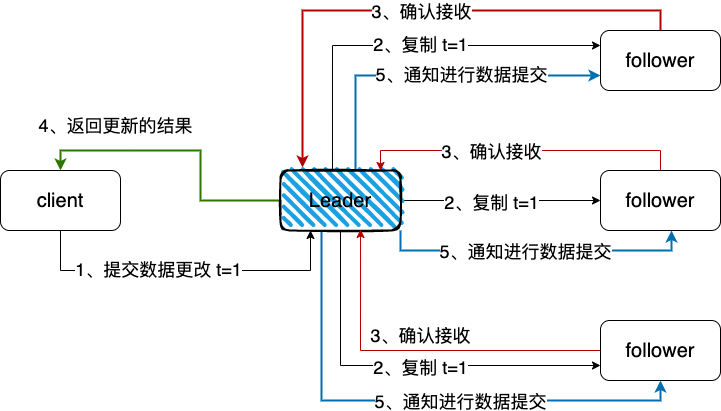
boilingfrog/etcd-learning keeps this draw.io diagram as img/raft-leader.png. Above is the earlier version. Source tidied: cells renumbered, new cells last; positions are measured from the earlier drawing's top-left corner, leaving out a move shared by most shapes. Its diagram source:
```xml
<mxGraphModel>
  <root>
    <mxCell id="0" />
    <mxCell id="1" parent="0" />
    <mxCell id="2" style="edgeStyle=orthogonalEdgeStyle;rounded=0;jettySize=auto;html=1;entryX=0.25;entryY=1;entryDx=0;entryDy=0;fontSize=18;exitX=0.5;exitY=1;exitDx=0;exitDy=0;" parent="1" edge="1" source="4" target="19">
      <mxGeometry relative="1" as="geometry">
        <Array as="points">
          <mxPoint x="60" y="240" />
          <mxPoint x="310" y="240" />
        </Array>
      </mxGeometry>
    </mxCell>
    <mxCell id="3" value="1、提交数据更改 t=1" style="edgeLabel;html=1;align=center;verticalAlign=middle;fontSize=18;" parent="2" vertex="1">
      <mxGeometry x="-0.17" y="2" relative="1" as="geometry" />
    </mxCell>
    <mxCell id="4" value="&lt;span style=&quot;font-size: 20px&quot;&gt;client&lt;/span&gt;" style="rounded=1;whiteSpace=wrap;html=1;" parent="1" vertex="1">
      <mxGeometry y="140" width="120" height="60" as="geometry" />
    </mxCell>
    <mxCell id="5" style="edgeStyle=orthogonalEdgeStyle;rounded=0;jettySize=auto;html=1;entryX=0;entryY=0.25;entryDx=0;entryDy=0;fontSize=18;exitX=0.433;exitY=0.017;exitDx=0;exitDy=0;exitPerimeter=0;" parent="1" edge="1" source="19" target="22">
      <mxGeometry relative="1" as="geometry" />
    </mxCell>
    <mxCell id="6" value="2、复制 t=1" style="edgeLabel;html=1;align=center;verticalAlign=middle;fontSize=18;" parent="5" vertex="1">
      <mxGeometry x="0.11" y="2" relative="1" as="geometry">
        <mxPoint x="-4" as="offset" />
      </mxGeometry>
    </mxCell>
    <mxCell id="7" style="edgeStyle=orthogonalEdgeStyle;rounded=0;jettySize=auto;html=1;entryX=0;entryY=0.75;entryDx=0;entryDy=0;fontSize=18;exitX=0.5;exitY=1;exitDx=0;exitDy=0;" parent="1" edge="1" source="19" target="27">
      <mxGeometry relative="1" as="geometry" />
    </mxCell>
    <mxCell id="8" value="2、复制 t=1" style="edgeLabel;html=1;align=center;verticalAlign=middle;fontSize=18;" parent="7" vertex="1">
      <mxGeometry x="0.08" y="-1" relative="1" as="geometry" />
    </mxCell>
    <mxCell id="9" style="edgeStyle=orthogonalEdgeStyle;rounded=0;jettySize=auto;html=1;entryX=0;entryY=0.5;entryDx=0;entryDy=0;fontSize=18;" parent="1" edge="1" source="19" target="25">
      <mxGeometry relative="1" as="geometry" />
    </mxCell>
    <mxCell id="10" value="&lt;span style=&quot;color: rgba(0 , 0 , 0 , 0) ; font-family: monospace ; font-size: 0px&quot;&gt;%3CmxGraphModel%3E%3Croot%3E%3CmxCell%20id%3D%220%22%2F%3E%3CmxCell%20id%3D%221%22%20parent%3D%220%22%2F%3E%3CmxCell%20id%3D%222%22%20value%3D%22%E5%A4%8D%E5%88%B6%20t%3D3%22%20style%3D%22edgeLabel%3Bhtml%3D1%3Balign%3Dcenter%3BverticalAlign%3Dmiddle%3Bresizable%3D0%3Bpoints%3D%5B%5D%3BfontSize%3D18%3B%22%20vertex%3D%221%22%20connectable%3D%220%22%20parent%3D%221%22%3E%3CmxGeometry%20x%3D%22493.9799936518016%22%20y%3D%22413%22%20as%3D%22geometry%22%2F%3E%3C%2FmxCell%3E%3C%2Froot%3E%3C%2FmxGraphModel%3E&lt;/span&gt;&lt;span style=&quot;color: rgba(0 , 0 , 0 , 0) ; font-family: monospace ; font-size: 0px&quot;&gt;%3CmxGraphModel%3E%3Croot%3E%3CmxCell%20id%3D%220%22%2F%3E%3CmxCell%20id%3D%221%22%20parent%3D%220%22%2F%3E%3CmxCell%20id%3D%222%22%20value%3D%22%E5%A4%8D%E5%88%B6%20t%3D3%22%20style%3D%22edgeLabel%3Bhtml%3D1%3Balign%3Dcenter%3BverticalAlign%3Dmiddle%3Bresizable%3D0%3Bpoints%3D%5B%5D%3BfontSize%3D18%3B%22%20vertex%3D%221%22%20connectable%3D%220%22%20parent%3D%221%22%3E%3CmxGeometry%20x%3D%22493.9799936518016%22%20y%3D%22413%22%20as%3D%22geometry%22%2F%3E%3C%2FmxCell%3E%3C%2Froot%3E%3C%2FmxGraphModel%3E&lt;/span&gt;" style="edgeLabel;html=1;align=center;verticalAlign=middle;fontSize=18;" parent="9" vertex="1">
      <mxGeometry x="-0.64" y="4" relative="1" as="geometry" />
    </mxCell>
    <mxCell id="11" value="2、复制 t=1" style="edgeLabel;html=1;align=center;verticalAlign=middle;fontSize=18;" parent="9" vertex="1">
      <mxGeometry x="-0.65" y="-1" relative="1" as="geometry">
        <mxPoint x="55" as="offset" />
      </mxGeometry>
    </mxCell>
    <mxCell id="12" style="edgeStyle=orthogonalEdgeStyle;rounded=0;jettySize=auto;html=1;entryX=0.5;entryY=0;entryDx=0;entryDy=0;fontSize=18;fillColor=#60a917;strokeColor=#2D7600;strokeWidth=2;" parent="1" edge="1" source="19" target="4">
      <mxGeometry relative="1" as="geometry" />
    </mxCell>
    <mxCell id="13" style="edgeStyle=orthogonalEdgeStyle;rounded=0;jettySize=auto;html=1;entryX=0;entryY=0.75;entryDx=0;entryDy=0;fontSize=18;exitX=0.625;exitY=-0.017;exitDx=0;exitDy=0;exitPerimeter=0;fillColor=#1ba1e2;strokeColor=#006EAF;strokeWidth=2;" parent="1" edge="1" source="19" target="22">
      <mxGeometry relative="1" as="geometry" />
    </mxCell>
    <mxCell id="14" value="5、通知进行数据提交" style="edgeLabel;html=1;align=center;verticalAlign=middle;fontSize=18;" parent="13" vertex="1">
      <mxGeometry y="2" relative="1" as="geometry">
        <mxPoint x="29" as="offset" />
      </mxGeometry>
    </mxCell>
    <mxCell id="15" style="edgeStyle=orthogonalEdgeStyle;rounded=0;jettySize=auto;html=1;exitX=1;exitY=1;exitDx=0;exitDy=0;entryX=0.592;entryY=1;entryDx=0;entryDy=0;entryPerimeter=0;fontSize=18;strokeWidth=2;fillColor=#1ba1e2;strokeColor=#006EAF;" parent="1" edge="1" source="19" target="25">
      <mxGeometry relative="1" as="geometry">
        <Array as="points">
          <mxPoint x="400" y="220" />
          <mxPoint x="671" y="220" />
        </Array>
      </mxGeometry>
    </mxCell>
    <mxCell id="16" value="5、通知进行数据提交" style="edgeLabel;html=1;align=center;verticalAlign=middle;fontSize=18;" parent="15" vertex="1">
      <mxGeometry x="-0.35" relative="1" as="geometry">
        <mxPoint x="43" as="offset" />
      </mxGeometry>
    </mxCell>
    <mxCell id="17" style="edgeStyle=orthogonalEdgeStyle;rounded=0;jettySize=auto;html=1;exitX=0.342;exitY=1;exitDx=0;exitDy=0;entryX=0.5;entryY=1;entryDx=0;entryDy=0;fontSize=18;strokeWidth=2;exitPerimeter=0;fillColor=#1ba1e2;strokeColor=#006EAF;" parent="1" edge="1" source="19" target="27">
      <mxGeometry relative="1" as="geometry" />
    </mxCell>
    <mxCell id="18" value="5、通知进行数据提交" style="edgeLabel;html=1;align=center;verticalAlign=middle;fontSize=18;" parent="17" vertex="1">
      <mxGeometry x="-0.02" y="4" relative="1" as="geometry">
        <mxPoint x="49" y="4" as="offset" />
      </mxGeometry>
    </mxCell>
    <mxCell id="19" value="&lt;font style=&quot;font-size: 20px&quot;&gt;Leader&lt;/font&gt;" style="rounded=1;whiteSpace=wrap;html=1;strokeWidth=2;fillWeight=4;hachureGap=8;hachureAngle=45;fillColor=#1ba1e2;sketch=1;" parent="1" vertex="1">
      <mxGeometry x="280" y="140" width="120" height="60" as="geometry" />
    </mxCell>
    <mxCell id="20" style="edgeStyle=orthogonalEdgeStyle;rounded=0;jettySize=auto;html=1;fontSize=18;exitX=0.5;exitY=0;exitDx=0;exitDy=0;fillColor=#e51400;strokeColor=#B20000;strokeWidth=2;entryX=0.183;entryY=-0.05;entryDx=0;entryDy=0;entryPerimeter=0;" parent="1" edge="1" source="22" target="19">
      <mxGeometry relative="1" as="geometry" />
    </mxCell>
    <mxCell id="21" value="3、确认接收" style="edgeLabel;html=1;align=center;verticalAlign=middle;fontSize=18;" parent="20" vertex="1">
      <mxGeometry x="-0.02" y="3" relative="1" as="geometry">
        <mxPoint x="2" y="-3" as="offset" />
      </mxGeometry>
    </mxCell>
    <mxCell id="22" value="&lt;span style=&quot;font-size: 20px&quot;&gt;follower&lt;/span&gt;" style="rounded=1;whiteSpace=wrap;html=1;" parent="1" vertex="1">
      <mxGeometry x="600" width="120" height="60" as="geometry" />
    </mxCell>
    <mxCell id="23" style="edgeStyle=orthogonalEdgeStyle;rounded=0;jettySize=auto;html=1;fontSize=18;exitX=0.5;exitY=0;exitDx=0;exitDy=0;fillColor=#e51400;strokeColor=#B20000;" parent="1" edge="1" source="25">
      <mxGeometry relative="1" as="geometry">
        <mxPoint x="380" y="140" as="targetPoint" />
        <Array as="points">
          <mxPoint x="660" y="120" />
          <mxPoint x="380" y="120" />
        </Array>
      </mxGeometry>
    </mxCell>
    <mxCell id="24" value="3、确认接收" style="edgeLabel;html=1;align=center;verticalAlign=middle;fontSize=18;" parent="23" vertex="1">
      <mxGeometry x="0.36" y="2" relative="1" as="geometry">
        <mxPoint x="27" y="-2" as="offset" />
      </mxGeometry>
    </mxCell>
    <mxCell id="25" value="&lt;span style=&quot;font-size: 20px&quot;&gt;follower&lt;/span&gt;" style="rounded=1;whiteSpace=wrap;html=1;" parent="1" vertex="1">
      <mxGeometry x="600" y="140" width="120" height="60" as="geometry" />
    </mxCell>
    <mxCell id="26" style="edgeStyle=orthogonalEdgeStyle;rounded=0;jettySize=auto;html=1;entryX=0.667;entryY=0.983;entryDx=0;entryDy=0;entryPerimeter=0;fontSize=18;fillColor=#e51400;strokeColor=#B20000;" parent="1" edge="1" source="27" target="19">
      <mxGeometry relative="1" as="geometry" />
    </mxCell>
    <mxCell id="27" value="&lt;span style=&quot;font-size: 20px&quot;&gt;follower&lt;/span&gt;" style="rounded=1;whiteSpace=wrap;html=1;" parent="1" vertex="1">
      <mxGeometry x="600" y="290" width="120" height="60" as="geometry" />
    </mxCell>
    <mxCell id="28" value="3、确认接收" style="text;html=1;align=center;verticalAlign=middle;strokeColor=none;fontSize=18;" parent="1" vertex="1">
      <mxGeometry x="360" y="290" width="120" height="30" as="geometry" />
    </mxCell>
    <mxCell id="29" value="4、返回更新的结果" style="text;html=1;align=center;verticalAlign=middle;strokeColor=none;fontSize=18;" parent="1" vertex="1">
      <mxGeometry x="30" y="80" width="170" height="30" as="geometry" />
    </mxCell>
  </root>
</mxGraphModel>
```
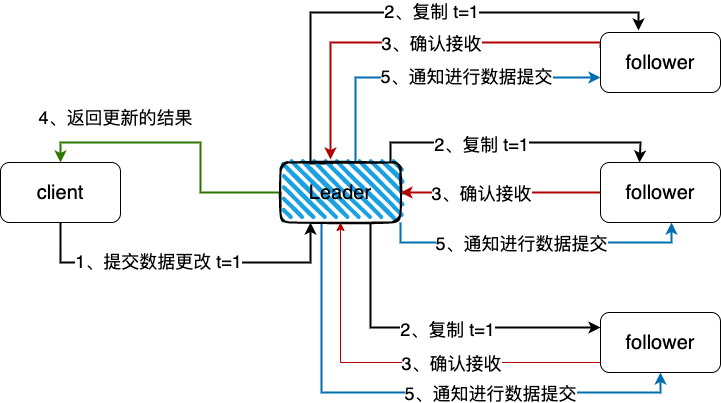
Later version of the same file.

Change to the diagram source:
```diff
@@ -2,7 +2,7 @@
   <root>
     <mxCell id="0" />
     <mxCell id="1" parent="0" />
-    <mxCell id="2" style="edgeStyle=orthogonalEdgeStyle;rounded=0;jettySize=auto;html=1;entryX=0.25;entryY=1;entryDx=0;entryDy=0;fontSize=18;exitX=0.5;exitY=1;exitDx=0;exitDy=0;" parent="1" edge="1" source="4" target="19">
+    <mxCell id="2" style="edgeStyle=orthogonalEdgeStyle;rounded=0;jettySize=auto;html=1;entryX=0.25;entryY=1;entryDx=0;entryDy=0;fontSize=18;exitX=0.5;exitY=1;exitDx=0;exitDy=0;strokeWidth=2;" parent="1" edge="1" source="4" target="19">
       <mxGeometry relative="1" as="geometry">
         <Array as="points">
           <mxPoint x="60" y="240" />
@@ -16,29 +16,40 @@
     <mxCell id="4" value="&lt;span style=&quot;font-size: 20px&quot;&gt;client&lt;/span&gt;" style="rounded=1;whiteSpace=wrap;html=1;" parent="1" vertex="1">
       <mxGeometry y="140" width="120" height="60" as="geometry" />
     </mxCell>
-    <mxCell id="5" style="edgeStyle=orthogonalEdgeStyle;rounded=0;jettySize=auto;html=1;entryX=0;entryY=0.25;entryDx=0;entryDy=0;fontSize=18;exitX=0.433;exitY=0.017;exitDx=0;exitDy=0;exitPerimeter=0;" parent="1" edge="1" source="19" target="22">
-      <mxGeometry relative="1" as="geometry" />
+    <mxCell id="5" style="edgeStyle=orthogonalEdgeStyle;rounded=0;jettySize=auto;html=1;entryX=0.317;entryY=-0.033;entryDx=0;entryDy=0;fontSize=18;exitX=0.433;exitY=0.017;exitDx=0;exitDy=0;exitPerimeter=0;strokeWidth=2;entryPerimeter=0;" parent="1" edge="1" source="19" target="22">
+      <mxGeometry relative="1" as="geometry">
+        <Array as="points">
+          <mxPoint x="310" y="141" />
+          <mxPoint x="310" y="-10" />
+          <mxPoint x="638" y="-10" />
+        </Array>
+      </mxGeometry>
     </mxCell>
     <mxCell id="6" value="2、复制 t=1" style="edgeLabel;html=1;align=center;verticalAlign=middle;fontSize=18;" parent="5" vertex="1">
       <mxGeometry x="0.11" y="2" relative="1" as="geometry">
-        <mxPoint x="-4" as="offset" />
+        <mxPoint x="6" as="offset" />
       </mxGeometry>
     </mxCell>
-    <mxCell id="7" style="edgeStyle=orthogonalEdgeStyle;rounded=0;jettySize=auto;html=1;entryX=0;entryY=0.75;entryDx=0;entryDy=0;fontSize=18;exitX=0.5;exitY=1;exitDx=0;exitDy=0;" parent="1" edge="1" source="19" target="27">
+    <mxCell id="7" style="edgeStyle=orthogonalEdgeStyle;rounded=0;jettySize=auto;html=1;entryX=0;entryY=0.25;entryDx=0;entryDy=0;fontSize=18;exitX=0.75;exitY=1;exitDx=0;exitDy=0;strokeWidth=2;" parent="1" edge="1" source="19" target="27">
       <mxGeometry relative="1" as="geometry" />
     </mxCell>
     <mxCell id="8" value="2、复制 t=1" style="edgeLabel;html=1;align=center;verticalAlign=middle;fontSize=18;" parent="7" vertex="1">
       <mxGeometry x="0.08" y="-1" relative="1" as="geometry" />
     </mxCell>
-    <mxCell id="9" style="edgeStyle=orthogonalEdgeStyle;rounded=0;jettySize=auto;html=1;entryX=0;entryY=0.5;entryDx=0;entryDy=0;fontSize=18;" parent="1" edge="1" source="19" target="25">
-      <mxGeometry relative="1" as="geometry" />
+    <mxCell id="9" style="edgeStyle=orthogonalEdgeStyle;rounded=0;jettySize=auto;html=1;entryX=0.325;entryY=0;entryDx=0;entryDy=0;fontSize=18;strokeWidth=2;entryPerimeter=0;" parent="1" edge="1" source="19" target="25">
+      <mxGeometry relative="1" as="geometry">
+        <Array as="points">
+          <mxPoint x="390" y="120" />
+          <mxPoint x="640" y="120" />
+        </Array>
+      </mxGeometry>
     </mxCell>
     <mxCell id="10" value="&lt;span style=&quot;color: rgba(0 , 0 , 0 , 0) ; font-family: monospace ; font-size: 0px&quot;&gt;%3CmxGraphModel%3E%3Croot%3E%3CmxCell%20id%3D%220%22%2F%3E%3CmxCell%20id%3D%221%22%20parent%3D%220%22%2F%3E%3CmxCell%20id%3D%222%22%20value%3D%22%E5%A4%8D%E5%88%B6%20t%3D3%22%20style%3D%22edgeLabel%3Bhtml%3D1%3Balign%3Dcenter%3BverticalAlign%3Dmiddle%3Bresizable%3D0%3Bpoints%3D%5B%5D%3BfontSize%3D18%3B%22%20vertex%3D%221%22%20connectable%3D%220%22%20parent%3D%221%22%3E%3CmxGeometry%20x%3D%22493.9799936518016%22%20y%3D%22413%22%20as%3D%22geometry%22%2F%3E%3C%2FmxCell%3E%3C%2Froot%3E%3C%2FmxGraphModel%3E&lt;/span&gt;&lt;span style=&quot;color: rgba(0 , 0 , 0 , 0) ; font-family: monospace ; font-size: 0px&quot;&gt;%3CmxGraphModel%3E%3Croot%3E%3CmxCell%20id%3D%220%22%2F%3E%3CmxCell%20id%3D%221%22%20parent%3D%220%22%2F%3E%3CmxCell%20id%3D%222%22%20value%3D%22%E5%A4%8D%E5%88%B6%20t%3D3%22%20style%3D%22edgeLabel%3Bhtml%3D1%3Balign%3Dcenter%3BverticalAlign%3Dmiddle%3Bresizable%3D0%3Bpoints%3D%5B%5D%3BfontSize%3D18%3B%22%20vertex%3D%221%22%20connectable%3D%220%22%20parent%3D%221%22%3E%3CmxGeometry%20x%3D%22493.9799936518016%22%20y%3D%22413%22%20as%3D%22geometry%22%2F%3E%3C%2FmxCell%3E%3C%2Froot%3E%3C%2FmxGraphModel%3E&lt;/span&gt;" style="edgeLabel;html=1;align=center;verticalAlign=middle;fontSize=18;" parent="9" vertex="1">
       <mxGeometry x="-0.64" y="4" relative="1" as="geometry" />
     </mxCell>
     <mxCell id="11" value="2、复制 t=1" style="edgeLabel;html=1;align=center;verticalAlign=middle;fontSize=18;" parent="9" vertex="1">
       <mxGeometry x="-0.65" y="-1" relative="1" as="geometry">
-        <mxPoint x="55" as="offset" />
+        <mxPoint x="59" as="offset" />
       </mxGeometry>
     </mxCell>
     <mxCell id="12" style="edgeStyle=orthogonalEdgeStyle;rounded=0;jettySize=auto;html=1;entryX=0.5;entryY=0;entryDx=0;entryDy=0;fontSize=18;fillColor=#60a917;strokeColor=#2D7600;strokeWidth=2;" parent="1" edge="1" source="19" target="4">
@@ -62,7 +73,7 @@
     </mxCell>
     <mxCell id="16" value="5、通知进行数据提交" style="edgeLabel;html=1;align=center;verticalAlign=middle;fontSize=18;" parent="15" vertex="1">
       <mxGeometry x="-0.35" relative="1" as="geometry">
-        <mxPoint x="43" as="offset" />
+        <mxPoint x="39" as="offset" />
       </mxGeometry>
     </mxCell>
     <mxCell id="17" style="edgeStyle=orthogonalEdgeStyle;rounded=0;jettySize=auto;html=1;exitX=0.342;exitY=1;exitDx=0;exitDy=0;entryX=0.5;entryY=1;entryDx=0;entryDy=0;fontSize=18;strokeWidth=2;exitPerimeter=0;fillColor=#1ba1e2;strokeColor=#006EAF;" parent="1" edge="1" source="19" target="27">
@@ -70,49 +81,56 @@
     </mxCell>
     <mxCell id="18" value="5、通知进行数据提交" style="edgeLabel;html=1;align=center;verticalAlign=middle;fontSize=18;" parent="17" vertex="1">
       <mxGeometry x="-0.02" y="4" relative="1" as="geometry">
-        <mxPoint x="49" y="4" as="offset" />
+        <mxPoint x="79" y="4" as="offset" />
       </mxGeometry>
     </mxCell>
     <mxCell id="19" value="&lt;font style=&quot;font-size: 20px&quot;&gt;Leader&lt;/font&gt;" style="rounded=1;whiteSpace=wrap;html=1;strokeWidth=2;fillWeight=4;hachureGap=8;hachureAngle=45;fillColor=#1ba1e2;sketch=1;" parent="1" vertex="1">
       <mxGeometry x="280" y="140" width="120" height="60" as="geometry" />
     </mxCell>
-    <mxCell id="20" style="edgeStyle=orthogonalEdgeStyle;rounded=0;jettySize=auto;html=1;fontSize=18;exitX=0.5;exitY=0;exitDx=0;exitDy=0;fillColor=#e51400;strokeColor=#B20000;strokeWidth=2;entryX=0.183;entryY=-0.05;entryDx=0;entryDy=0;entryPerimeter=0;" parent="1" edge="1" source="22" target="19">
-      <mxGeometry relative="1" as="geometry" />
+    <mxCell id="20" style="edgeStyle=orthogonalEdgeStyle;rounded=0;jettySize=auto;html=1;fontSize=18;exitX=0;exitY=0.25;exitDx=0;exitDy=0;fillColor=#e51400;strokeColor=#B20000;strokeWidth=2;" parent="1" edge="1" source="22">
+      <mxGeometry relative="1" as="geometry">
+        <mxPoint x="330" y="137" as="targetPoint" />
+        <Array as="points">
+          <mxPoint x="600" y="20" />
+          <mxPoint x="330" y="20" />
+        </Array>
+      </mxGeometry>
     </mxCell>
     <mxCell id="21" value="3、确认接收" style="edgeLabel;html=1;align=center;verticalAlign=middle;fontSize=18;" parent="20" vertex="1">
       <mxGeometry x="-0.02" y="3" relative="1" as="geometry">
-        <mxPoint x="2" y="-3" as="offset" />
+        <mxPoint x="17" y="-3" as="offset" />
       </mxGeometry>
     </mxCell>
     <mxCell id="22" value="&lt;span style=&quot;font-size: 20px&quot;&gt;follower&lt;/span&gt;" style="rounded=1;whiteSpace=wrap;html=1;" parent="1" vertex="1">
-      <mxGeometry x="600" width="120" height="60" as="geometry" />
+      <mxGeometry x="600" y="10" width="120" height="60" as="geometry" />
     </mxCell>
-    <mxCell id="23" style="edgeStyle=orthogonalEdgeStyle;rounded=0;jettySize=auto;html=1;fontSize=18;exitX=0.5;exitY=0;exitDx=0;exitDy=0;fillColor=#e51400;strokeColor=#B20000;" parent="1" edge="1" source="25">
-      <mxGeometry relative="1" as="geometry">
-        <mxPoint x="380" y="140" as="targetPoint" />
-        <Array as="points">
-          <mxPoint x="660" y="120" />
-          <mxPoint x="380" y="120" />
-        </Array>
-      </mxGeometry>
-    </mxCell>
-    <mxCell id="24" value="3、确认接收" style="edgeLabel;html=1;align=center;verticalAlign=middle;fontSize=18;" parent="23" vertex="1">
-      <mxGeometry x="0.36" y="2" relative="1" as="geometry">
-        <mxPoint x="27" y="-2" as="offset" />
-      </mxGeometry>
-    </mxCell>
+    <mxCell id="30" style="edgeStyle=orthogonalEdgeStyle;rounded=0;jettySize=auto;html=1;entryX=1;entryY=0.5;entryDx=0;entryDy=0;fontSize=18;strokeWidth=2;fillColor=#e51400;strokeColor=#B20000;" parent="1" edge="1" source="25" target="19">
+      <mxGeometry relative="1" as="geometry" />
+    </mxCell>
+    <mxCell id="31" value="3、确认接收" style="edgeLabel;html=1;align=center;verticalAlign=middle;fontSize=18;" parent="30" vertex="1">
+      <mxGeometry x="0.33" y="-2" relative="1" as="geometry">
+        <mxPoint x="13" y="2" as="offset" />
+      </mxGeometry>
+    </mxCell>
     <mxCell id="25" value="&lt;span style=&quot;font-size: 20px&quot;&gt;follower&lt;/span&gt;" style="rounded=1;whiteSpace=wrap;html=1;" parent="1" vertex="1">
       <mxGeometry x="600" y="140" width="120" height="60" as="geometry" />
     </mxCell>
-    <mxCell id="26" style="edgeStyle=orthogonalEdgeStyle;rounded=0;jettySize=auto;html=1;entryX=0.667;entryY=0.983;entryDx=0;entryDy=0;entryPerimeter=0;fontSize=18;fillColor=#e51400;strokeColor=#B20000;" parent="1" edge="1" source="27" target="19">
-      <mxGeometry relative="1" as="geometry" />
+    <mxCell id="26" style="edgeStyle=orthogonalEdgeStyle;rounded=0;jettySize=auto;html=1;entryX=0.5;entryY=1;entryDx=0;entryDy=0;fontSize=18;fillColor=#e51400;strokeColor=#B20000;exitX=0;exitY=0.5;exitDx=0;exitDy=0;" parent="1" edge="1" source="27" target="19">
+      <mxGeometry relative="1" as="geometry">
+        <Array as="points">
+          <mxPoint x="600" y="340" />
+          <mxPoint x="340" y="340" />
+        </Array>
+      </mxGeometry>
     </mxCell>
+    <mxCell id="32" value="3、确认接收" style="edgeLabel;html=1;align=center;verticalAlign=middle;fontSize=18;" parent="26" vertex="1">
+      <mxGeometry x="-0.01" relative="1" as="geometry">
+        <mxPoint x="38" as="offset" />
+      </mxGeometry>
+    </mxCell>
     <mxCell id="27" value="&lt;span style=&quot;font-size: 20px&quot;&gt;follower&lt;/span&gt;" style="rounded=1;whiteSpace=wrap;html=1;" parent="1" vertex="1">
       <mxGeometry x="600" y="290" width="120" height="60" as="geometry" />
     </mxCell>
-    <mxCell id="28" value="3、确认接收" style="text;html=1;align=center;verticalAlign=middle;strokeColor=none;fontSize=18;" parent="1" vertex="1">
-      <mxGeometry x="360" y="290" width="120" height="30" as="geometry" />
-    </mxCell>
     <mxCell id="29" value="4、返回更新的结果" style="text;html=1;align=center;verticalAlign=middle;strokeColor=none;fontSize=18;" parent="1" vertex="1">
       <mxGeometry x="30" y="80" width="170" height="30" as="geometry" />
     </mxCell>
```
